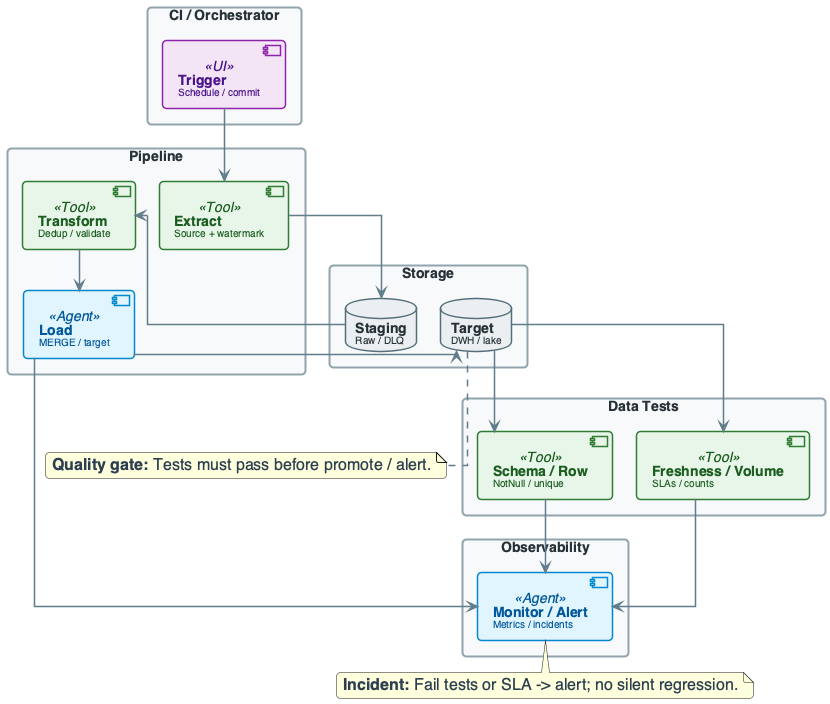
The PlantUML diagram diagrams/week13/week13_lecture_slide12_dataops_pipeline_overview.png in OrPerets/data-engineering-course, before a commit.
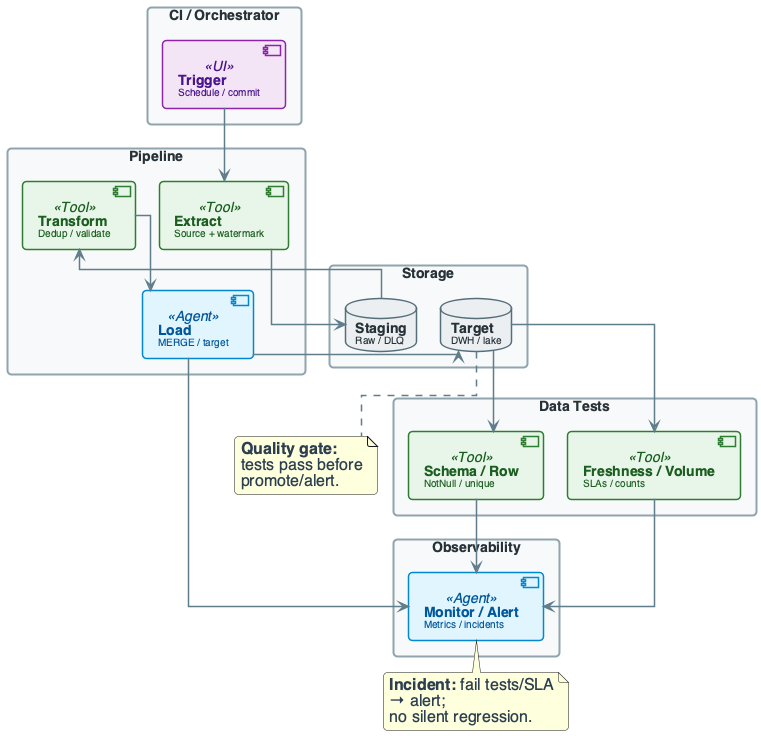
After the change.

What changed in the source:
```diff
@@ -153,7 +153,7 @@
 TEST2 --> MONITOR
 LOAD --> MONITOR
 
-note bottom of TARGET : **Quality gate:** Tests must pass before promote / alert.
-note bottom of MONITOR : **Incident:** Fail tests or SLA -> alert; no silent regression.
+note bottom of TARGET : **Quality gate:**\ntests pass before\npromote/alert.
+note bottom of MONITOR : **Incident:** fail tests/SLA\n→ alert;\nno silent regression.
 
 @enduml
```
